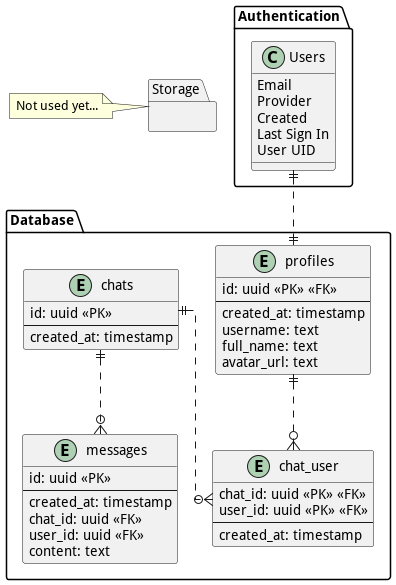
Earlier version of the PlantUML export docs/images/uml/supabase.png (vuedev2113/NuxtChatApp).
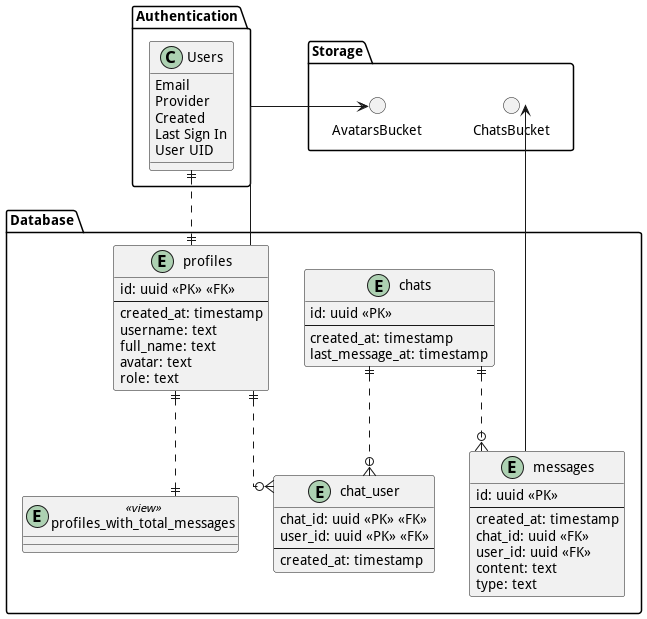
After the commit.

Commit message:
docs: uml image processed

Diff of the diagram source:
```diff
@@ -9,13 +9,15 @@
         created_at: timestamp
         username: text
         full_name: text
-        avatar_url: text
+        avatar: text
+        role: text
     }
 
     entity chats {
         id: uuid <<PK>>
         --
         created_at: timestamp
+        last_message_at: timestamp
     }
 
     entity chat_user {
@@ -32,11 +34,16 @@
         chat_id: uuid <<FK>>
         user_id: uuid <<FK>>
         content: text
+        type: text
     }
+
+    entity profiles_with_total_messages <<view>> {}
 
     chats ||..o{ messages
     profiles ||..o{ chat_user
     chats ||..o{ chat_user
+    profiles ||..|| profiles_with_total_messages
+
 }
 
 package Authentication {
@@ -51,7 +58,13 @@
     Users ||..|| profiles
 }
 
-package Storage {}
-note left of Storage: Not used yet...
+package Storage {
+    circle AvatarsBucket
+
+    circle ChatsBucket
+}
+
+AvatarsBucket <-- profiles
+ChatsBucket <-- messages
 
 @enduml
```
